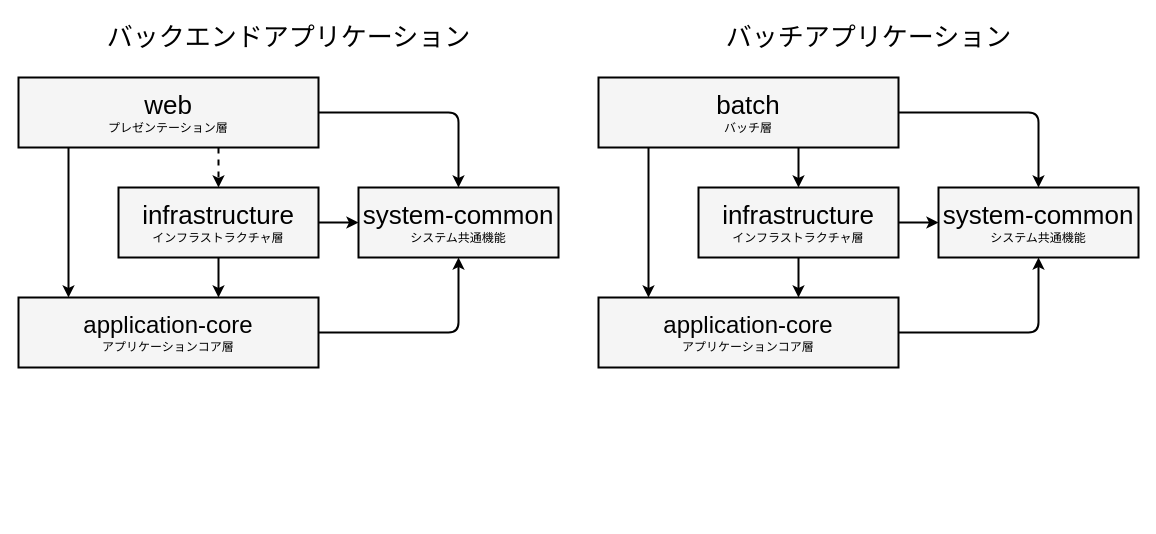
The draw.io diagram documents/_materials/images/guidebooks/how-to-develop/csr/java/subproject-dependencies-light.drawio in AlesInfiny/maia, before the edit. Source tidied: cells renumbered, new cells numbered last; positions are measured from the earlier drawing's top-left corner, leaving out a move shared by most shapes. Both pictures are drawn from the tidied source at 100%, with x=0, y=0 at pixel (18, 17).
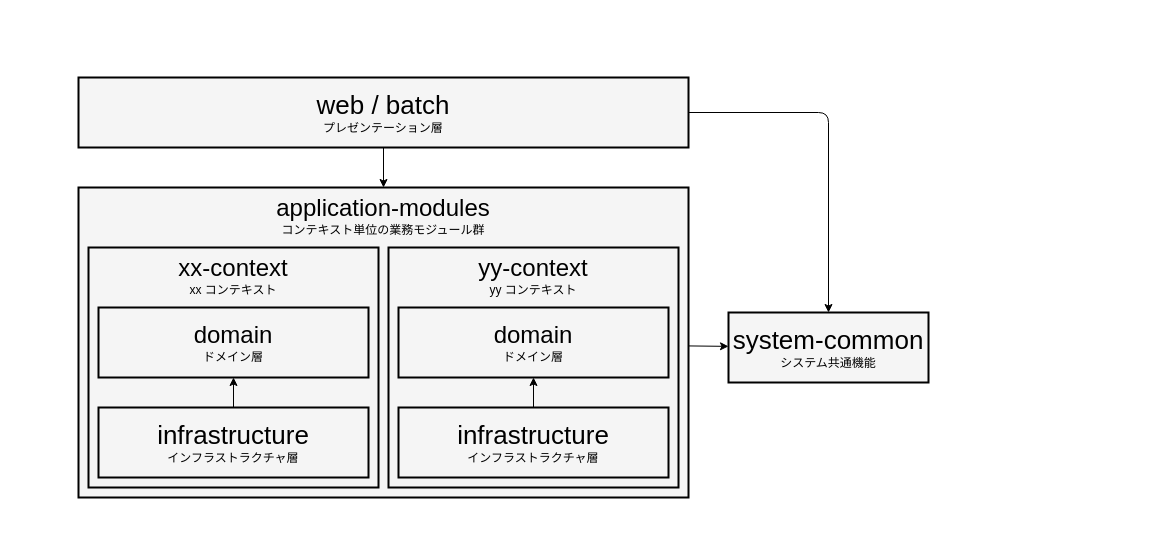
The same diagram, later.

Commit message (it also covers changes not shown here):
サブプロジェクトの構成図を更新

What changed in the source:
```diff
@@
-    <mxCell id="2" value="&lt;font style=&quot;font-size: 26px;&quot;&gt;バックエンドアプリケーション&lt;/font&gt;" style="text;html=1;align=center;verticalAlign=middle;strokeColor=none;fillColor=none;fontColor=#000000;" parent="1" vertex="1">
-      <mxGeometry x="75" width="390" height="40" as="geometry" />
-    </mxCell>
-    <mxCell id="3" value="&lt;font style=&quot;font-size: 26px;&quot;&gt;バッチアプリケーション&lt;/font&gt;" style="text;html=1;align=center;verticalAlign=middle;strokeColor=none;fillColor=none;fontColor=#000000;" parent="1" vertex="1">
-      <mxGeometry x="695" width="310" height="40" as="geometry" />
-    </mxCell>
-    <mxCell id="4" style="html=1;strokeWidth=2;entryX=0.5;entryY=1;entryDx=0;entryDy=0;exitX=0.5;exitY=0;exitDx=0;exitDy=0;strokeColor=#000000;fontColor=#000000;" parent="1" edge="1">
-      <mxGeometry relative="1" as="geometry">
-        <mxPoint x="780" y="130" as="sourcePoint" />
-        <mxPoint x="780" y="170" as="targetPoint" />
-      </mxGeometry>
-    </mxCell>
-    <mxCell id="5" value="&lt;span style=&quot;font-size: 26px;&quot;&gt;batch&lt;/span&gt;&lt;br&gt;バッチ層" style="rounded=0;whiteSpace=wrap;html=1;fillColor=#F5F5F5;fontColor=#000000;strokeColor=#000000;strokeWidth=2;" parent="1" vertex="1">
-      <mxGeometry x="580" y="60" width="300" height="70" as="geometry" />
-    </mxCell>
-    <mxCell id="6" value="&lt;font style=&quot;font-size: 24px;&quot;&gt;application-core&lt;br&gt;&lt;/font&gt;アプリケーションコア層" style="rounded=0;whiteSpace=wrap;html=1;fillColor=#F5F5F5;fontColor=#000000;strokeColor=#000000;strokeWidth=2;" parent="1" vertex="1">
-      <mxGeometry x="580" y="280" width="300" height="70" as="geometry" />
-    </mxCell>
-    <mxCell id="7" style="html=1;strokeColor=#000000;strokeWidth=2;entryX=0.5;entryY=1;entryDx=0;entryDy=0;exitX=0.5;exitY=0;exitDx=0;exitDy=0;fontColor=#000000;" parent="1" edge="1">
-      <mxGeometry relative="1" as="geometry">
-        <mxPoint x="780" y="240" as="sourcePoint" />
-        <mxPoint x="780" y="280" as="targetPoint" />
-      </mxGeometry>
-    </mxCell>
-    <mxCell id="8" value="&lt;font style=&quot;font-size: 26px;&quot;&gt;infrastructure&lt;/font&gt;&lt;br&gt;インフラストラクチャ層" style="rounded=0;whiteSpace=wrap;html=1;fillColor=#F5F5F5;fontColor=#000000;strokeColor=#000000;strokeWidth=2;" parent="1" vertex="1">
-      <mxGeometry x="680" y="170" width="200" height="70" as="geometry" />
-    </mxCell>
-    <mxCell id="9" value="&lt;font style=&quot;font-size: 26px;&quot;&gt;system-common&lt;/font&gt;&lt;br&gt;システム共通機能" style="rounded=0;whiteSpace=wrap;html=1;fillColor=#F5F5F5;fontColor=#000000;strokeColor=#000000;strokeWidth=2;" parent="1" vertex="1">
-      <mxGeometry x="920" y="170" width="200" height="70" as="geometry" />
-    </mxCell>
-    <mxCell id="10" style="edgeStyle=orthogonalEdgeStyle;html=1;strokeWidth=2;strokeColor=#000000;fontColor=#000000;" parent="1" edge="1" source="5" target="9">
-      <mxGeometry relative="1" as="geometry" />
-    </mxCell>
-    <mxCell id="11" style="edgeStyle=orthogonalEdgeStyle;html=1;entryX=0.5;entryY=1;entryDx=0;entryDy=0;strokeWidth=2;strokeColor=#000000;fontColor=#000000;" parent="1" edge="1" source="6" target="9">
-      <mxGeometry relative="1" as="geometry" />
-    </mxCell>
-    <mxCell id="12" style="edgeStyle=orthogonalEdgeStyle;html=1;entryX=0;entryY=0.5;entryDx=0;entryDy=0;strokeWidth=2;strokeColor=#000000;fontColor=#000000;" parent="1" edge="1" source="8" target="9">
-      <mxGeometry relative="1" as="geometry" />
-    </mxCell>
-    <mxCell id="13" style="html=1;strokeWidth=2;exitX=0.5;exitY=0;exitDx=0;exitDy=0;strokeColor=#000000;fontColor=#000000;" parent="1" edge="1">
-      <mxGeometry relative="1" as="geometry">
-        <mxPoint x="630" y="130" as="sourcePoint" />
-        <mxPoint x="630" y="280" as="targetPoint" />
-      </mxGeometry>
-    </mxCell>
-    <mxCell id="14" style="html=1;dashed=1;strokeWidth=2;entryX=0.5;entryY=1;entryDx=0;entryDy=0;exitX=0.5;exitY=0;exitDx=0;exitDy=0;strokeColor=#000000;fontColor=#000000;" parent="1" edge="1">
-      <mxGeometry relative="1" as="geometry">
-        <mxPoint x="200" y="130" as="sourcePoint" />
-        <mxPoint x="200" y="170" as="targetPoint" />
-      </mxGeometry>
-    </mxCell>
-    <mxCell id="15" value="&lt;font style=&quot;font-size: 26px;&quot;&gt;web&lt;/font&gt;&lt;br&gt;プレゼンテーション層" style="rounded=0;whiteSpace=wrap;html=1;fillColor=#F5F5F5;fontColor=#000000;strokeColor=#000000;strokeWidth=2;" parent="1" vertex="1">
-      <mxGeometry y="60" width="300" height="70" as="geometry" />
-    </mxCell>
-    <mxCell id="16" value="&lt;font style=&quot;font-size: 24px;&quot;&gt;application-core&lt;br&gt;&lt;/font&gt;アプリケーションコア層" style="rounded=0;whiteSpace=wrap;html=1;fillColor=#F5F5F5;fontColor=#000000;strokeColor=#000000;strokeWidth=2;" parent="1" vertex="1">
-      <mxGeometry y="280" width="300" height="70" as="geometry" />
-    </mxCell>
-    <mxCell id="17" style="html=1;strokeColor=#000000;strokeWidth=2;entryX=0.5;entryY=1;entryDx=0;entryDy=0;exitX=0.5;exitY=0;exitDx=0;exitDy=0;fontColor=#000000;" parent="1" edge="1">
-      <mxGeometry relative="1" as="geometry">
-        <mxPoint x="200" y="240" as="sourcePoint" />
-        <mxPoint x="200" y="280" as="targetPoint" />
-      </mxGeometry>
-    </mxCell>
-    <mxCell id="18" value="&lt;font style=&quot;font-size: 26px;&quot;&gt;infrastructure&lt;/font&gt;&lt;br&gt;インフラストラクチャ層" style="rounded=0;whiteSpace=wrap;html=1;fillColor=#F5F5F5;fontColor=#000000;strokeColor=#000000;strokeWidth=2;" parent="1" vertex="1">
-      <mxGeometry x="100" y="170" width="200" height="70" as="geometry" />
-    </mxCell>
-    <mxCell id="19" value="&lt;font style=&quot;font-size: 26px;&quot;&gt;system-common&lt;/font&gt;&lt;br&gt;システム共通機能" style="rounded=0;whiteSpace=wrap;html=1;fillColor=#F5F5F5;fontColor=#000000;strokeColor=#000000;strokeWidth=2;" parent="1" vertex="1">
-      <mxGeometry x="340" y="170" width="200" height="70" as="geometry" />
-    </mxCell>
-    <mxCell id="20" style="edgeStyle=orthogonalEdgeStyle;html=1;strokeWidth=2;strokeColor=#000000;fontColor=#000000;" parent="1" edge="1" source="15" target="19">
-      <mxGeometry relative="1" as="geometry" />
-    </mxCell>
-    <mxCell id="21" style="edgeStyle=orthogonalEdgeStyle;html=1;entryX=0.5;entryY=1;entryDx=0;entryDy=0;strokeWidth=2;strokeColor=#000000;fontColor=#000000;" parent="1" edge="1" source="16" target="19">
-      <mxGeometry relative="1" as="geometry" />
-    </mxCell>
-    <mxCell id="22" style="edgeStyle=orthogonalEdgeStyle;html=1;entryX=0;entryY=0.5;entryDx=0;entryDy=0;strokeWidth=2;strokeColor=#000000;fontColor=#000000;" parent="1" edge="1" source="18" target="19">
-      <mxGeometry relative="1" as="geometry" />
-    </mxCell>
-    <mxCell id="23" style="html=1;strokeWidth=2;exitX=0.5;exitY=0;exitDx=0;exitDy=0;strokeColor=#000000;fontColor=#000000;" parent="1" edge="1">
-      <mxGeometry relative="1" as="geometry">
-        <mxPoint x="50" y="130" as="sourcePoint" />
-        <mxPoint x="50" y="280" as="targetPoint" />
-      </mxGeometry>
-    </mxCell>
+    <mxCell id="24" style="edgeStyle=orthogonalEdgeStyle;html=1;entryX=0.5;entryY=0;entryDx=0;entryDy=0;exitX=1;exitY=0.5;exitDx=0;exitDy=0;" parent="1" edge="1" source="26" target="27">
+      <mxGeometry relative="1" as="geometry" />
+    </mxCell>
+    <mxCell id="25" style="edgeStyle=none;html=1;" parent="1" edge="1" source="26" target="29">
+      <mxGeometry relative="1" as="geometry" />
+    </mxCell>
+    <mxCell id="26" value="&lt;font style=&quot;font-size: 26px;&quot;&gt;web / batch&lt;/font&gt;&lt;br&gt;プレゼンテーション層" style="rounded=0;whiteSpace=wrap;html=1;fillColor=#F5F5F5;fontColor=#000000;strokeColor=#000000;strokeWidth=2;" parent="1" vertex="1">
+      <mxGeometry x="60" y="60" width="610" height="70" as="geometry" />
+    </mxCell>
+    <mxCell id="27" value="&lt;font style=&quot;font-size: 26px;&quot;&gt;system-common&lt;/font&gt;&lt;br&gt;システム共通機能" style="rounded=0;whiteSpace=wrap;html=1;fillColor=#F5F5F5;fontColor=#000000;strokeColor=#000000;strokeWidth=2;" parent="1" vertex="1">
+      <mxGeometry x="710" y="295" width="200" height="70" as="geometry" />
+    </mxCell>
+    <mxCell id="28" style="group;" parent="1" vertex="1">
+      <mxGeometry x="60" y="170" width="610" height="330" as="geometry" />
+    </mxCell>
+    <mxCell id="29" value="&lt;span style=&quot;font-size: 24px;&quot;&gt;application-modules&lt;/span&gt;&lt;div&gt;&lt;font&gt;コンテキスト単位の業務モジュール群&lt;/font&gt;&lt;/div&gt;" style="rounded=0;whiteSpace=wrap;html=1;fillColor=#F5F5F5;fontColor=#000000;strokeColor=#000000;strokeWidth=2;verticalAlign=top;" parent="28" vertex="1">
+      <mxGeometry width="610" height="310" as="geometry" />
+    </mxCell>
+    <mxCell id="30" style="group;" parent="28" vertex="1">
+      <mxGeometry x="10" y="60" width="290" height="240" as="geometry" />
+    </mxCell>
+    <mxCell id="31" value="&lt;span style=&quot;font-size: 24px;&quot;&gt;xx-context&lt;/span&gt;&lt;div&gt;&lt;font&gt;xx コンテキスト&lt;/font&gt;&lt;/div&gt;" style="rounded=0;whiteSpace=wrap;html=1;fillColor=#F5F5F5;fontColor=#000000;strokeColor=#000000;strokeWidth=2;verticalAlign=top;" parent="30" vertex="1">
+      <mxGeometry width="290" height="240" as="geometry" />
+    </mxCell>
+    <mxCell id="32" value="&lt;font style=&quot;font-size: 24px;&quot;&gt;domain&lt;/font&gt;&lt;div&gt;ドメイン層&lt;/div&gt;" style="rounded=0;whiteSpace=wrap;html=1;fillColor=#F5F5F5;fontColor=#000000;strokeColor=#000000;strokeWidth=2;" parent="30" vertex="1">
+      <mxGeometry x="10" y="60" width="270" height="70" as="geometry" />
+    </mxCell>
+    <mxCell id="33" value="&lt;font style=&quot;font-size: 26px;&quot;&gt;infrastructure&lt;/font&gt;&lt;br&gt;インフラストラクチャ層" style="rounded=0;whiteSpace=wrap;html=1;fillColor=#F5F5F5;fontColor=#000000;strokeColor=#000000;strokeWidth=2;" parent="30" vertex="1">
+      <mxGeometry x="10" y="160" width="270" height="70" as="geometry" />
+    </mxCell>
+    <mxCell id="34" style="edgeStyle=none;html=1;" parent="30" edge="1" source="33" target="32">
+      <mxGeometry relative="1" as="geometry" />
+    </mxCell>
+    <mxCell id="35" style="group;" parent="28" vertex="1">
+      <mxGeometry x="310" y="60" width="290" height="240" as="geometry" />
+    </mxCell>
+    <mxCell id="36" value="&lt;span style=&quot;font-size: 24px;&quot;&gt;yy-context&lt;/span&gt;&lt;div&gt;&lt;font&gt;yy コンテキスト&lt;/font&gt;&lt;/div&gt;" style="rounded=0;whiteSpace=wrap;html=1;fillColor=#F5F5F5;fontColor=#000000;strokeColor=#000000;strokeWidth=2;verticalAlign=top;" parent="35" vertex="1">
+      <mxGeometry width="290" height="240" as="geometry" />
+    </mxCell>
+    <mxCell id="37" value="&lt;span style=&quot;font-size: 24px;&quot;&gt;domain&lt;/span&gt;&lt;div&gt;ドメイン層&lt;/div&gt;" style="rounded=0;whiteSpace=wrap;html=1;fillColor=#F5F5F5;fontColor=#000000;strokeColor=#000000;strokeWidth=2;" parent="35" vertex="1">
+      <mxGeometry x="10" y="60" width="270" height="70" as="geometry" />
+    </mxCell>
+    <mxCell id="38" value="&lt;font style=&quot;font-size: 26px;&quot;&gt;infrastructure&lt;/font&gt;&lt;br&gt;インフラストラクチャ層" style="rounded=0;whiteSpace=wrap;html=1;fillColor=#F5F5F5;fontColor=#000000;strokeColor=#000000;strokeWidth=2;" parent="35" vertex="1">
+      <mxGeometry x="10" y="160" width="270" height="70" as="geometry" />
+    </mxCell>
+    <mxCell id="39" style="edgeStyle=none;html=1;" parent="35" edge="1" source="38" target="37">
+      <mxGeometry relative="1" as="geometry" />
+    </mxCell>
+    <mxCell id="40" style="edgeStyle=none;html=1;" parent="1" edge="1" source="29" target="27">
+      <mxGeometry relative="1" as="geometry" />
+    </mxCell>
```
